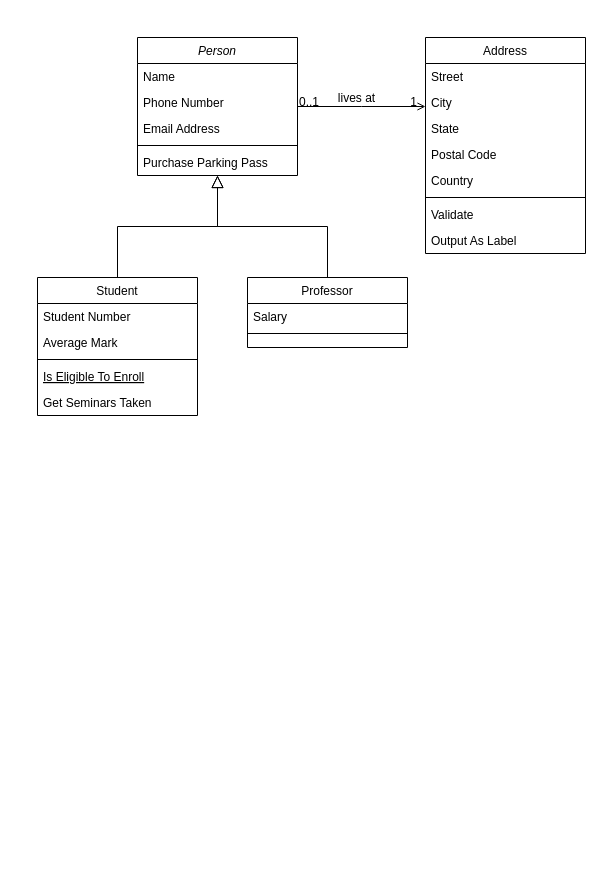
This is Untitled Diagram.drawio from yushika-j/seg-2505, a draw.io file, before an edit. Source tidied: cells renumbered, new cells numbered last; positions are measured from the earlier drawing's top-left corner, leaving out a move shared by most shapes. Both pictures are drawn from the tidied source at 100%, with x=0, y=0 at pixel (37, 37).
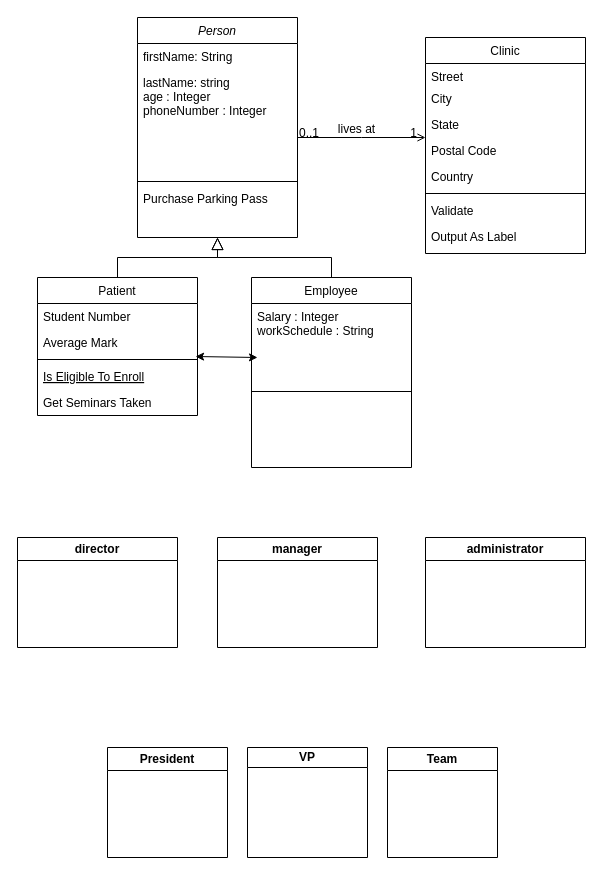
After the change.

Unchanged cells that the change refers to:
```xml
<mxCell id="12" value="Is Eligible To Enroll" style="text;align=left;verticalAlign=top;spacingLeft=4;spacingRight=4;overflow=hidden;points=[[0,0.5],[1,0.5]];portConstraint=eastwest;fontStyle=4;" parent="8" vertex="1">
  <mxGeometry y="86" width="160" height="26" as="geometry" />
</mxCell>
```

The edit, as a diff of the source:
```diff
@@
     <mxCell id="2" value="Person" style="swimlane;fontStyle=2;align=center;verticalAlign=top;horizontal=1;startSize=26;rounded=0;shadow=0;strokeWidth=1;" parent="1" vertex="1">
-      <mxGeometry x="100" width="160" height="138" as="geometry" />
+      <mxGeometry x="100" y="-20" width="160" height="220" as="geometry" />
     </mxCell>
-    <mxCell id="3" value="Name" style="text;align=left;verticalAlign=top;spacingLeft=4;spacingRight=4;overflow=hidden;" parent="2" vertex="1">
+    <mxCell id="3" value="firstName: String&#10;" style="text;align=left;verticalAlign=top;spacingLeft=4;spacingRight=4;overflow=hidden;" parent="2" vertex="1">
       <mxGeometry y="26" width="160" height="26" as="geometry" />
     </mxCell>
-    <mxCell id="4" value="Phone Number" style="text;align=left;verticalAlign=top;spacingLeft=4;spacingRight=4;overflow=hidden;rounded=0;shadow=0;html=0;" parent="2" vertex="1">
-      <mxGeometry y="52" width="160" height="26" as="geometry" />
+    <mxCell id="4" value="lastName: string&#10;age : Integer&#10;phoneNumber : Integer&#10;" style="text;align=left;verticalAlign=top;spacingLeft=4;spacingRight=4;overflow=hidden;rounded=0;shadow=0;html=0;" parent="2" vertex="1">
+      <mxGeometry y="52" width="160" height="108" as="geometry" />
     </mxCell>
-    <mxCell id="5" value="Email Address" style="text;align=left;verticalAlign=top;spacingLeft=4;spacingRight=4;overflow=hidden;rounded=0;shadow=0;html=0;" parent="2" vertex="1">
-      <mxGeometry y="78" width="160" height="26" as="geometry" />
-    </mxCell>
     <mxCell id="6" style="line;html=1;strokeWidth=1;align=left;verticalAlign=middle;spacingTop=-1;spacingLeft=3;spacingRight=3;labelPosition=right;" parent="2" vertex="1">
-      <mxGeometry y="104" width="160" height="8" as="geometry" />
+      <mxGeometry y="160" width="160" height="8" as="geometry" />
     </mxCell>
     <mxCell id="7" value="Purchase Parking Pass" style="text;align=left;verticalAlign=top;spacingLeft=4;spacingRight=4;overflow=hidden;" parent="2" vertex="1">
-      <mxGeometry y="112" width="160" height="26" as="geometry" />
+      <mxGeometry y="168" width="160" height="26" as="geometry" />
     </mxCell>
-    <mxCell id="8" value="Student" style="swimlane;fontStyle=0;align=center;verticalAlign=top;horizontal=1;startSize=26;rounded=0;shadow=0;strokeWidth=1;" parent="1" vertex="1">
+    <mxCell id="8" value="Patient" style="swimlane;fontStyle=0;align=center;verticalAlign=top;horizontal=1;startSize=26;rounded=0;shadow=0;strokeWidth=1;" parent="1" vertex="1">
       <mxGeometry y="240" width="160" height="138" as="geometry" />
     </mxCell>
@@
-    <mxCell id="15" value="Professor" style="swimlane;fontStyle=0;align=center;verticalAlign=top;horizontal=1;startSize=26;rounded=0;shadow=0;strokeWidth=1;" parent="1" vertex="1">
-      <mxGeometry x="210" y="240" width="160" height="70" as="geometry" />
+    <mxCell id="15" value="Employee" style="swimlane;fontStyle=0;align=center;verticalAlign=top;horizontal=1;startSize=26;rounded=0;shadow=0;strokeWidth=1;" parent="1" vertex="1">
+      <mxGeometry x="214" y="240" width="160" height="190" as="geometry" />
     </mxCell>
-    <mxCell id="16" value="Salary" style="text;align=left;verticalAlign=top;spacingLeft=4;spacingRight=4;overflow=hidden;" parent="15" vertex="1">
-      <mxGeometry y="26" width="160" height="26" as="geometry" />
+    <mxCell id="16" value="Salary : Integer&#10;workSchedule : String&#10;" style="text;align=left;verticalAlign=top;spacingLeft=4;spacingRight=4;overflow=hidden;" parent="15" vertex="1">
+      <mxGeometry y="26" width="160" height="84" as="geometry" />
     </mxCell>
     <mxCell id="17" style="line;html=1;strokeWidth=1;align=left;verticalAlign=middle;spacingTop=-1;spacingLeft=3;spacingRight=3;labelPosition=right;" parent="15" vertex="1">
-      <mxGeometry y="52" width="160" height="8" as="geometry" />
+      <mxGeometry y="110" width="160" height="8" as="geometry" />
     </mxCell>
@@
-    <mxCell id="19" value="Address" style="swimlane;fontStyle=0;align=center;verticalAlign=top;horizontal=1;startSize=26;rounded=0;shadow=0;strokeWidth=1;" parent="1" vertex="1">
+    <mxCell id="19" value="Clinic" style="swimlane;fontStyle=0;align=center;verticalAlign=top;horizontal=1;startSize=26;rounded=0;shadow=0;strokeWidth=1;" parent="1" vertex="1">
       <mxGeometry x="388" width="160" height="216" as="geometry" />
     </mxCell>
     <mxCell id="20" value="Street" style="text;align=left;verticalAlign=top;spacingLeft=4;spacingRight=4;overflow=hidden;" parent="19" vertex="1">
-      <mxGeometry y="26" width="160" height="26" as="geometry" />
+      <mxGeometry y="26" width="160" height="22" as="geometry" />
     </mxCell>
     <mxCell id="21" value="City" style="text;align=left;verticalAlign=top;spacingLeft=4;spacingRight=4;overflow=hidden;rounded=0;shadow=0;html=0;" parent="19" vertex="1">
-      <mxGeometry y="52" width="160" height="26" as="geometry" />
+      <mxGeometry y="48" width="160" height="26" as="geometry" />
     </mxCell>
     <mxCell id="22" value="State" style="text;align=left;verticalAlign=top;spacingLeft=4;spacingRight=4;overflow=hidden;rounded=0;shadow=0;html=0;" parent="19" vertex="1">
-      <mxGeometry y="78" width="160" height="26" as="geometry" />
+      <mxGeometry y="74" width="160" height="26" as="geometry" />
     </mxCell>
     <mxCell id="23" value="Postal Code" style="text;align=left;verticalAlign=top;spacingLeft=4;spacingRight=4;overflow=hidden;rounded=0;shadow=0;html=0;" parent="19" vertex="1">
-      <mxGeometry y="104" width="160" height="26" as="geometry" />
+      <mxGeometry y="100" width="160" height="26" as="geometry" />
     </mxCell>
     <mxCell id="24" value="Country" style="text;align=left;verticalAlign=top;spacingLeft=4;spacingRight=4;overflow=hidden;rounded=0;shadow=0;html=0;" parent="19" vertex="1">
-      <mxGeometry y="130" width="160" height="26" as="geometry" />
+      <mxGeometry y="126" width="160" height="26" as="geometry" />
     </mxCell>
     <mxCell id="25" style="line;html=1;strokeWidth=1;align=left;verticalAlign=middle;spacingTop=-1;spacingLeft=3;spacingRight=3;labelPosition=right;" parent="19" vertex="1">
-      <mxGeometry y="156" width="160" height="8" as="geometry" />
+      <mxGeometry y="152" width="160" height="8" as="geometry" />
     </mxCell>
     <mxCell id="26" value="Validate" style="text;align=left;verticalAlign=top;spacingLeft=4;spacingRight=4;overflow=hidden;" parent="19" vertex="1">
-      <mxGeometry y="164" width="160" height="26" as="geometry" />
+      <mxGeometry y="160" width="160" height="26" as="geometry" />
     </mxCell>
     <mxCell id="27" value="Output As Label" style="text;align=left;verticalAlign=top;spacingLeft=4;spacingRight=4;overflow=hidden;" parent="19" vertex="1">
-      <mxGeometry y="190" width="160" height="26" as="geometry" />
+      <mxGeometry y="186" width="160" height="26" as="geometry" />
     </mxCell>
@@
+    <mxCell id="32" value="director" style="swimlane;whiteSpace=wrap;html=1;" parent="1" vertex="1">
+      <mxGeometry x="-20" y="500" width="160" height="110" as="geometry" />
+    </mxCell>
+    <mxCell id="33" value="manager" style="swimlane;whiteSpace=wrap;html=1;" parent="1" vertex="1">
+      <mxGeometry x="180" y="500" width="160" height="110" as="geometry" />
+    </mxCell>
+    <mxCell id="34" value="administrator" style="swimlane;whiteSpace=wrap;html=1;" parent="1" vertex="1">
+      <mxGeometry x="388" y="500" width="160" height="110" as="geometry" />
+    </mxCell>
+    <mxCell id="35" style="endArrow=classic;startArrow=classic;html=1;rounded=0;entryX=0.988;entryY=-0.269;entryDx=0;entryDy=0;entryPerimeter=0;" parent="1" edge="1" target="12">
+      <mxGeometry relative="1" as="geometry">
+        <mxPoint x="220" y="320" as="sourcePoint" />
+      </mxGeometry>
+    </mxCell>
+    <mxCell id="36" value="President" style="swimlane;whiteSpace=wrap;html=1;" parent="1" vertex="1">
+      <mxGeometry x="70" y="710" width="120" height="110" as="geometry" />
+    </mxCell>
+    <mxCell id="37" value="VP" style="swimlane;whiteSpace=wrap;html=1;startSize=20;" parent="1" vertex="1">
+      <mxGeometry x="210" y="710" width="120" height="110" as="geometry" />
+    </mxCell>
+    <mxCell id="38" value="Team" style="swimlane;whiteSpace=wrap;html=1;" parent="1" vertex="1">
+      <mxGeometry x="350" y="710" width="110" height="110" as="geometry" />
+    </mxCell>
```
